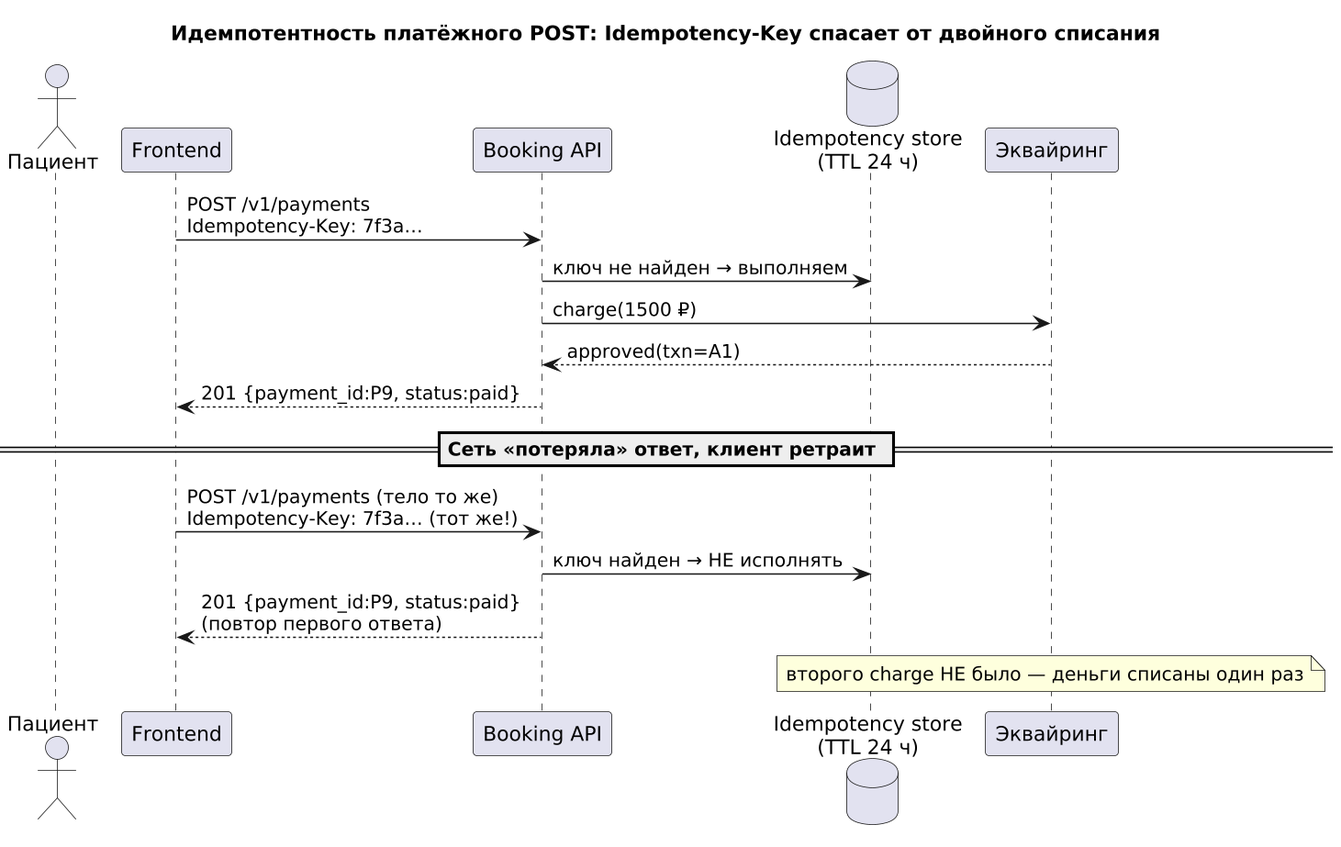
Earlier version of the PlantUML export images_m3/m3_02_idempotency.png (maedodo11/fullstack-system-analyst). Its source is kept beside it as puml_m3/m3_02_idempotency.puml. The source it was exported from:
```plantuml
@startuml m3_02_idempotency
title Идемпотентность платёжного POST: Idempotency-Key спасает от двойного списания
!pragma layout smetana
skinparam defaultFontName "DejaVu Sans"
actor Пациент
participant "Frontend" as FE
participant "Booking API" as API
database "Idempotency store\n(TTL 24 ч)" as IDEM
participant "Эквайринг" as PAY
FE -> API : POST /v1/payments\nIdempotency-Key: 7f3a…
API -> IDEM : ключ не найден → выполняем
API -> PAY : charge(1500 ₽)
PAY --> API : approved(txn=A1)
API --> FE : 201 {payment_id:P9, status:paid}
== Сеть «потеряла» ответ, клиент ретраит ==
FE -> API : POST /v1/payments (тело то же)\nIdempotency-Key: 7f3a… (тот же!)
API -> IDEM : ключ найден → НЕ исполнять
API --> FE : 201 {payment_id:P9, status:paid}\n(повтор первого ответа)
note over PAY : второго charge НЕ было — деньги списаны один раз
@enduml
```
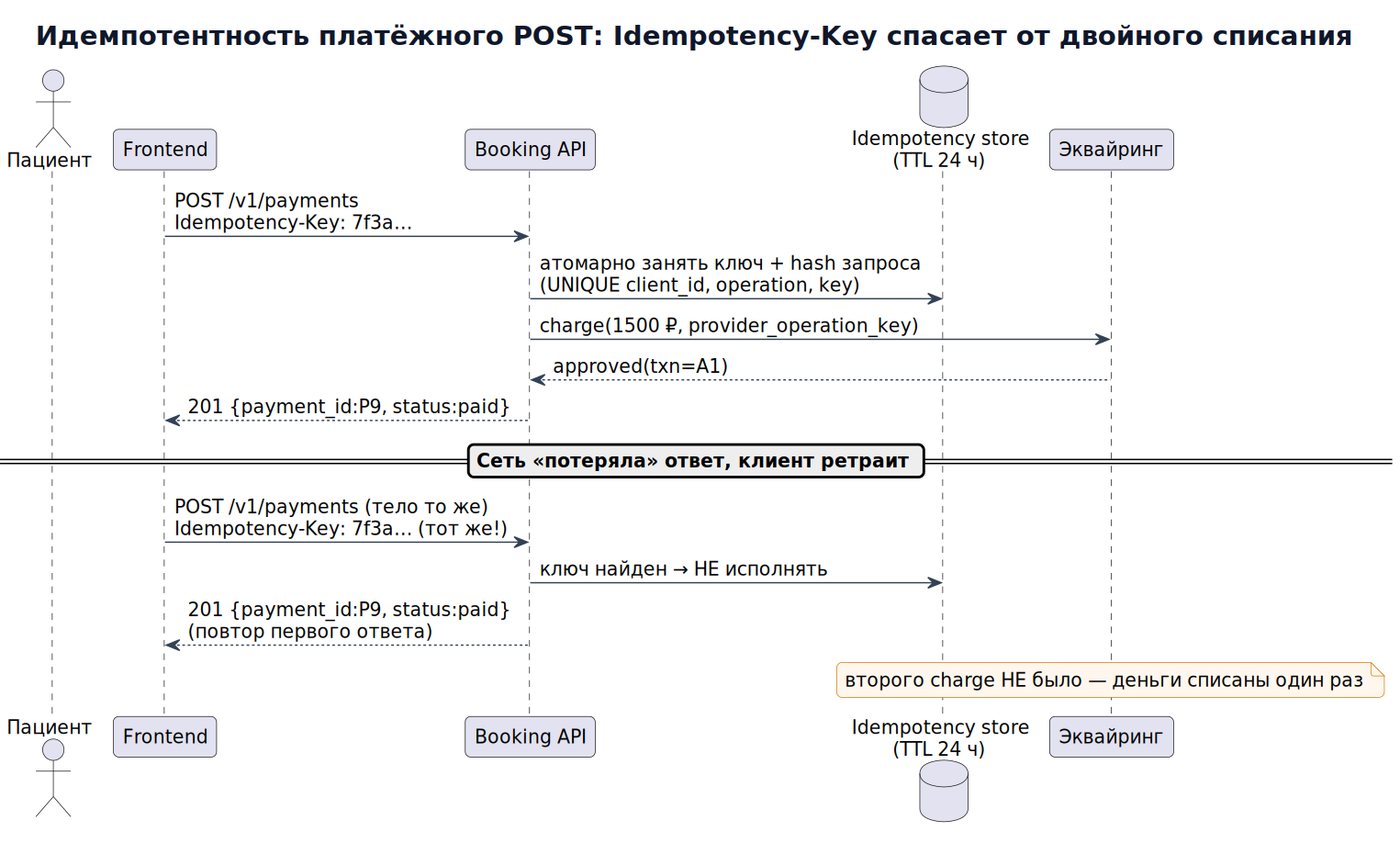
The same file after the commit.

What changed in the source:
```diff
@@ -1,15 +1,24 @@
 @startuml m3_02_idempotency
+skinparam defaultFontName "DejaVu Sans"
+skinparam defaultFontSize 14
+skinparam backgroundColor #FFFFFF
+skinparam shadowing false
+skinparam roundcorner 8
+skinparam ArrowColor #334155
+skinparam titleFontColor #0F172A
+skinparam titleFontSize 20
+skinparam noteBackgroundColor #FFF7ED
+skinparam noteBorderColor #D97706
+skinparam dpi 140
 title Идемпотентность платёжного POST: Idempotency-Key спасает от двойного списания
-!pragma layout smetana
-skinparam defaultFontName "DejaVu Sans"
 actor Пациент
 participant "Frontend" as FE
 participant "Booking API" as API
 database "Idempotency store\n(TTL 24 ч)" as IDEM
 participant "Эквайринг" as PAY
 FE -> API : POST /v1/payments\nIdempotency-Key: 7f3a…
-API -> IDEM : ключ не найден → выполняем
-API -> PAY : charge(1500 ₽)
+API -> IDEM : атомарно занять ключ + hash запроса\n(UNIQUE client_id, operation, key)
+API -> PAY : charge(1500 ₽, provider_operation_key)
 PAY --> API : approved(txn=A1)
 API --> FE : 201 {payment_id:P9, status:paid}
 == Сеть «потеряла» ответ, клиент ретраит ==
```
